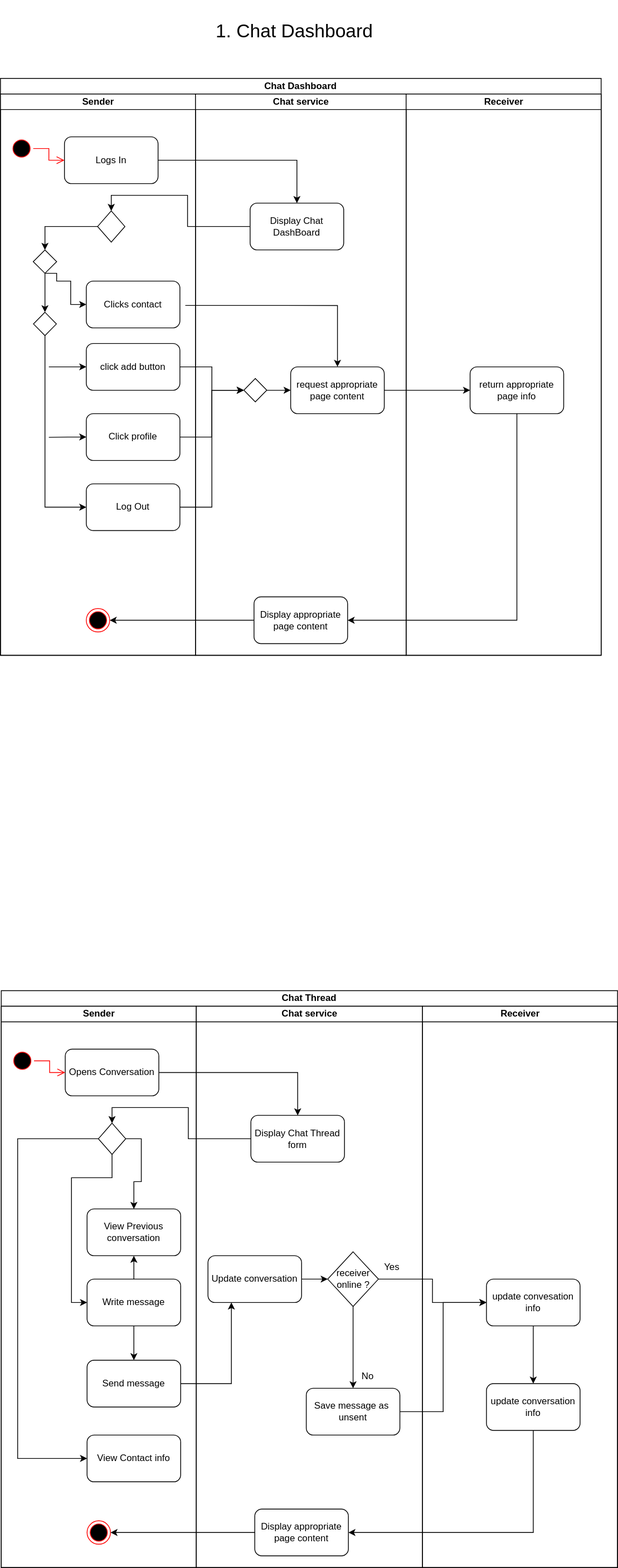
Above: Deliverable1/ActivityDiagrams/Chat.drawio.svg in tshegofatso-motlhakane/Geeks-Chat (draw.io), before the change. Source tidied: cells renumbered, new cells last; positions are measured from the earlier drawing's top-left corner, leaving out a move shared by most shapes. Its diagram source:
```xml
<mxGraphModel>
  <root>
    <mxCell id="0" />
    <mxCell id="1" parent="0" />
    <mxCell id="2" value="Chat Dashboard" style="swimlane;html=1;startSize=20;whiteSpace=wrap;" parent="1" vertex="1">
      <mxGeometry y="100" width="770" height="740" as="geometry" />
    </mxCell>
    <mxCell id="3" value="Sender" style="swimlane;html=1;startSize=20;" parent="2" vertex="1">
      <mxGeometry y="20" width="250" height="720" as="geometry" />
    </mxCell>
    <mxCell id="4" value="Clicks contact" style="rounded=1;whiteSpace=wrap;html=1;" parent="3" vertex="1">
      <mxGeometry x="110" y="240" width="120" height="60" as="geometry" />
    </mxCell>
    <mxCell id="5" value="Logs In" style="rounded=1;whiteSpace=wrap;html=1;" parent="3" vertex="1">
      <mxGeometry x="82" y="55" width="120" height="60" as="geometry" />
    </mxCell>
    <mxCell id="6" style="ellipse;html=1;shape=startState;fillColor=#000000;strokeColor=#ff0000;" parent="3" vertex="1">
      <mxGeometry x="12" y="55" width="30" height="30" as="geometry" />
    </mxCell>
    <mxCell id="7" style="edgeStyle=orthogonalEdgeStyle;html=1;verticalAlign=bottom;endArrow=open;endSize=8;strokeColor=#ff0000;rounded=0;entryX=0;entryY=0.5;entryDx=0;entryDy=0;" parent="3" edge="1" source="6" target="5">
      <mxGeometry relative="1" as="geometry" />
    </mxCell>
    <mxCell id="8" style="ellipse;html=1;shape=endState;fillColor=#000000;strokeColor=#ff0000;" parent="3" vertex="1">
      <mxGeometry x="110" y="660" width="30" height="30" as="geometry" />
    </mxCell>
    <mxCell id="9" style="rhombus;whiteSpace=wrap;html=1;" parent="3" vertex="1">
      <mxGeometry x="124.5" y="150" width="35" height="40" as="geometry" />
    </mxCell>
    <mxCell id="10" style="edgeStyle=orthogonalEdgeStyle;rounded=0;jettySize=auto;html=1;exitX=0;exitY=0.5;exitDx=0;exitDy=0;endArrow=none;endFill=0;startArrow=classic;startFill=1;" parent="3" edge="1" source="11">
      <mxGeometry relative="1" as="geometry">
        <mxPoint x="62" y="350" as="targetPoint" />
      </mxGeometry>
    </mxCell>
    <mxCell id="11" value="click add button" style="rounded=1;whiteSpace=wrap;html=1;" parent="3" vertex="1">
      <mxGeometry x="110" y="320" width="120" height="60" as="geometry" />
    </mxCell>
    <mxCell id="12" style="edgeStyle=orthogonalEdgeStyle;rounded=0;jettySize=auto;html=1;exitX=0;exitY=0.5;exitDx=0;exitDy=0;endArrow=none;endFill=0;startArrow=classic;startFill=1;" parent="3" edge="1" source="13">
      <mxGeometry relative="1" as="geometry">
        <mxPoint x="62" y="440.4" as="targetPoint" />
      </mxGeometry>
    </mxCell>
    <mxCell id="13" value="Click profile" style="rounded=1;whiteSpace=wrap;html=1;" parent="3" vertex="1">
      <mxGeometry x="110" y="410" width="120" height="60" as="geometry" />
    </mxCell>
    <mxCell id="14" value="Log Out" style="rounded=1;whiteSpace=wrap;html=1;" parent="3" vertex="1">
      <mxGeometry x="110" y="500" width="120" height="60" as="geometry" />
    </mxCell>
    <mxCell id="15" style="edgeStyle=orthogonalEdgeStyle;rounded=0;jettySize=auto;html=1;exitX=0.5;exitY=1;exitDx=0;exitDy=0;entryX=0;entryY=0.5;entryDx=0;entryDy=0;" parent="3" edge="1" source="16" target="4">
      <mxGeometry relative="1" as="geometry">
        <Array as="points">
          <mxPoint x="72" y="230" />
          <mxPoint x="72" y="240" />
          <mxPoint x="90" y="240" />
          <mxPoint x="90" y="270" />
        </Array>
      </mxGeometry>
    </mxCell>
    <mxCell id="16" style="rhombus;whiteSpace=wrap;html=1;" parent="3" vertex="1">
      <mxGeometry x="42" y="200" width="30" height="30" as="geometry" />
    </mxCell>
    <mxCell id="17" style="edgeStyle=orthogonalEdgeStyle;rounded=0;jettySize=auto;html=1;exitX=0;exitY=0.5;exitDx=0;exitDy=0;" parent="3" edge="1" source="9" target="16">
      <mxGeometry relative="1" as="geometry" />
    </mxCell>
    <mxCell id="18" style="edgeStyle=orthogonalEdgeStyle;rounded=0;jettySize=auto;html=1;exitX=0.5;exitY=1;exitDx=0;exitDy=0;entryX=0;entryY=0.5;entryDx=0;entryDy=0;" parent="3" edge="1" source="19" target="14">
      <mxGeometry relative="1" as="geometry">
        <Array as="points">
          <mxPoint x="57" y="530" />
        </Array>
      </mxGeometry>
    </mxCell>
    <mxCell id="19" style="rhombus;whiteSpace=wrap;html=1;" parent="3" vertex="1">
      <mxGeometry x="42.3" y="280" width="29.4" height="30" as="geometry" />
    </mxCell>
    <mxCell id="20" style="edgeStyle=orthogonalEdgeStyle;rounded=0;jettySize=auto;html=1;exitX=0.5;exitY=1;exitDx=0;exitDy=0;" parent="3" edge="1" source="16" target="19">
      <mxGeometry relative="1" as="geometry" />
    </mxCell>
    <mxCell id="21" value="Chat service" style="swimlane;html=1;startSize=20;" parent="2" vertex="1">
      <mxGeometry x="250" y="20" width="270" height="720" as="geometry" />
    </mxCell>
    <mxCell id="22" value="Display Chat DashBoard" style="rounded=1;whiteSpace=wrap;html=1;" parent="21" vertex="1">
      <mxGeometry x="70" y="140" width="120" height="60" as="geometry" />
    </mxCell>
    <mxCell id="23" value="request appropriate page content" style="rounded=1;whiteSpace=wrap;html=1;" parent="21" vertex="1">
      <mxGeometry x="122" y="350" width="120" height="60" as="geometry" />
    </mxCell>
    <mxCell id="24" style="edgeStyle=orthogonalEdgeStyle;rounded=0;jettySize=auto;html=1;exitX=1;exitY=0.5;exitDx=0;exitDy=0;" parent="21" edge="1" source="25" target="23">
      <mxGeometry relative="1" as="geometry" />
    </mxCell>
    <mxCell id="25" style="rhombus;whiteSpace=wrap;html=1;" parent="21" vertex="1">
      <mxGeometry x="62" y="365" width="29.4" height="30" as="geometry" />
    </mxCell>
    <mxCell id="26" value="Display appropriate page content" style="rounded=1;whiteSpace=wrap;html=1;" parent="21" vertex="1">
      <mxGeometry x="75" y="645" width="120" height="60" as="geometry" />
    </mxCell>
    <mxCell id="27" value="Receiver" style="swimlane;html=1;startSize=20;" parent="2" vertex="1">
      <mxGeometry x="520" y="20" width="250" height="720" as="geometry" />
    </mxCell>
    <mxCell id="28" value="return appropriate page info" style="rounded=1;whiteSpace=wrap;html=1;" parent="27" vertex="1">
      <mxGeometry x="82" y="350" width="120" height="60" as="geometry" />
    </mxCell>
    <mxCell id="29" style="edgeStyle=orthogonalEdgeStyle;rounded=0;jettySize=auto;html=1;exitX=0;exitY=0.5;exitDx=0;exitDy=0;entryX=0.5;entryY=0;entryDx=0;entryDy=0;" parent="2" edge="1" source="22" target="9">
      <mxGeometry relative="1" as="geometry" />
    </mxCell>
    <mxCell id="30" style="edgeStyle=orthogonalEdgeStyle;rounded=0;jettySize=auto;html=1;exitX=1;exitY=0.5;exitDx=0;exitDy=0;entryX=0.5;entryY=0;entryDx=0;entryDy=0;" parent="2" edge="1" source="5" target="22">
      <mxGeometry relative="1" as="geometry" />
    </mxCell>
    <mxCell id="31" style="edgeStyle=orthogonalEdgeStyle;rounded=0;jettySize=auto;html=1;exitX=1.058;exitY=0.521;exitDx=0;exitDy=0;exitPerimeter=0;" parent="2" edge="1" source="4" target="23">
      <mxGeometry relative="1" as="geometry" />
    </mxCell>
    <mxCell id="32" style="edgeStyle=orthogonalEdgeStyle;rounded=0;jettySize=auto;html=1;exitX=1;exitY=0.5;exitDx=0;exitDy=0;" parent="2" edge="1" source="11" target="25">
      <mxGeometry relative="1" as="geometry" />
    </mxCell>
    <mxCell id="33" style="edgeStyle=orthogonalEdgeStyle;rounded=0;jettySize=auto;html=1;exitX=1;exitY=0.5;exitDx=0;exitDy=0;entryX=0;entryY=0.5;entryDx=0;entryDy=0;" parent="2" edge="1" source="13" target="25">
      <mxGeometry relative="1" as="geometry" />
    </mxCell>
    <mxCell id="34" style="edgeStyle=orthogonalEdgeStyle;rounded=0;jettySize=auto;html=1;exitX=1;exitY=0.5;exitDx=0;exitDy=0;entryX=0;entryY=0.5;entryDx=0;entryDy=0;" parent="2" edge="1" source="14" target="25">
      <mxGeometry relative="1" as="geometry" />
    </mxCell>
    <mxCell id="35" style="edgeStyle=orthogonalEdgeStyle;rounded=0;jettySize=auto;html=1;exitX=0.5;exitY=1;exitDx=0;exitDy=0;entryX=1;entryY=0.5;entryDx=0;entryDy=0;" parent="2" edge="1" source="28" target="26">
      <mxGeometry relative="1" as="geometry" />
    </mxCell>
    <mxCell id="36" style="edgeStyle=orthogonalEdgeStyle;rounded=0;jettySize=auto;html=1;exitX=1;exitY=0.5;exitDx=0;exitDy=0;" parent="2" edge="1" source="23" target="28">
      <mxGeometry relative="1" as="geometry" />
    </mxCell>
    <mxCell id="37" style="edgeStyle=orthogonalEdgeStyle;rounded=0;jettySize=auto;html=1;exitX=0;exitY=0.5;exitDx=0;exitDy=0;entryX=1;entryY=0.5;entryDx=0;entryDy=0;" parent="2" edge="1" source="26" target="8">
      <mxGeometry relative="1" as="geometry" />
    </mxCell>
    <mxCell id="38" value="&lt;span style=&quot;font-size: 24px;&quot;&gt;1. Chat Dashboard&lt;/span&gt;" style="text;html=1;strokeColor=none;fillColor=none;align=center;verticalAlign=middle;whiteSpace=wrap;rounded=0;" parent="1" vertex="1">
      <mxGeometry x="82" width="590" height="80" as="geometry" />
    </mxCell>
    <mxCell id="39" value="Chat Thread" style="swimlane;html=1;startSize=20;whiteSpace=wrap;" parent="1" vertex="1">
      <mxGeometry x="1" y="1270" width="790" height="740" as="geometry" />
    </mxCell>
    <mxCell id="40" value="Sender" style="swimlane;html=1;startSize=20;" parent="39" vertex="1">
      <mxGeometry y="20" width="250" height="720" as="geometry" />
    </mxCell>
    <mxCell id="41" value="Opens Conversation" style="rounded=1;whiteSpace=wrap;html=1;" parent="40" vertex="1">
      <mxGeometry x="82" y="55" width="120" height="60" as="geometry" />
    </mxCell>
    <mxCell id="42" style="ellipse;html=1;shape=startState;fillColor=#000000;strokeColor=#ff0000;" parent="40" vertex="1">
      <mxGeometry x="12" y="55" width="30" height="30" as="geometry" />
    </mxCell>
    <mxCell id="43" style="edgeStyle=orthogonalEdgeStyle;html=1;verticalAlign=bottom;endArrow=open;endSize=8;strokeColor=#ff0000;rounded=0;entryX=0;entryY=0.5;entryDx=0;entryDy=0;" parent="40" edge="1" source="42" target="41">
      <mxGeometry relative="1" as="geometry" />
    </mxCell>
    <mxCell id="44" style="ellipse;html=1;shape=endState;fillColor=#000000;strokeColor=#ff0000;" parent="40" vertex="1">
      <mxGeometry x="110" y="660" width="30" height="30" as="geometry" />
    </mxCell>
    <mxCell id="45" style="edgeStyle=orthogonalEdgeStyle;rounded=0;jettySize=auto;html=1;exitX=1;exitY=0.5;exitDx=0;exitDy=0;entryX=0.5;entryY=0;entryDx=0;entryDy=0;" parent="40" edge="1" source="48" target="49">
      <mxGeometry relative="1" as="geometry" />
    </mxCell>
    <mxCell id="46" style="edgeStyle=orthogonalEdgeStyle;rounded=0;jettySize=auto;html=1;exitX=0.5;exitY=1;exitDx=0;exitDy=0;entryX=0;entryY=0.5;entryDx=0;entryDy=0;" parent="40" edge="1" source="48" target="52">
      <mxGeometry relative="1" as="geometry">
        <Array as="points">
          <mxPoint x="142" y="220" />
          <mxPoint x="90" y="220" />
          <mxPoint x="90" y="380" />
        </Array>
      </mxGeometry>
    </mxCell>
    <mxCell id="47" style="edgeStyle=orthogonalEdgeStyle;rounded=0;jettySize=auto;html=1;exitX=0;exitY=0.5;exitDx=0;exitDy=0;entryX=0;entryY=0.5;entryDx=0;entryDy=0;" parent="40" edge="1" source="48" target="54">
      <mxGeometry relative="1" as="geometry">
        <Array as="points">
          <mxPoint x="21" y="170" />
          <mxPoint x="21" y="580" />
        </Array>
      </mxGeometry>
    </mxCell>
    <mxCell id="48" style="rhombus;whiteSpace=wrap;html=1;" parent="40" vertex="1">
      <mxGeometry x="124.5" y="150" width="35" height="40" as="geometry" />
    </mxCell>
    <mxCell id="49" value="View Previous conversation" style="rounded=1;whiteSpace=wrap;html=1;" parent="40" vertex="1">
      <mxGeometry x="110" y="260" width="120" height="60" as="geometry" />
    </mxCell>
    <mxCell id="50" style="edgeStyle=orthogonalEdgeStyle;rounded=0;jettySize=auto;html=1;exitX=0.5;exitY=1;exitDx=0;exitDy=0;entryX=0.5;entryY=0;entryDx=0;entryDy=0;" parent="40" edge="1" source="52" target="53">
      <mxGeometry relative="1" as="geometry" />
    </mxCell>
    <mxCell id="51" style="edgeStyle=orthogonalEdgeStyle;rounded=0;jettySize=auto;html=1;" parent="40" edge="1" source="52" target="49">
      <mxGeometry relative="1" as="geometry" />
    </mxCell>
    <mxCell id="52" value="Write message" style="rounded=1;whiteSpace=wrap;html=1;" parent="40" vertex="1">
      <mxGeometry x="110" y="350" width="120" height="60" as="geometry" />
    </mxCell>
    <mxCell id="53" value="Send message" style="rounded=1;whiteSpace=wrap;html=1;" parent="40" vertex="1">
      <mxGeometry x="110" y="454" width="120" height="60" as="geometry" />
    </mxCell>
    <mxCell id="54" value="View Contact info" style="rounded=1;whiteSpace=wrap;html=1;" parent="40" vertex="1">
      <mxGeometry x="110" y="550" width="120" height="60" as="geometry" />
    </mxCell>
    <mxCell id="55" value="Chat service" style="swimlane;html=1;startSize=20;" parent="39" vertex="1">
      <mxGeometry x="250" y="20" width="290" height="720" as="geometry" />
    </mxCell>
    <mxCell id="56" value="Display Chat Thread form" style="rounded=1;whiteSpace=wrap;html=1;" parent="55" vertex="1">
      <mxGeometry x="70" y="140" width="120" height="60" as="geometry" />
    </mxCell>
    <mxCell id="57" style="edgeStyle=orthogonalEdgeStyle;rounded=0;jettySize=auto;html=1;exitX=1;exitY=0.5;exitDx=0;exitDy=0;entryX=0;entryY=0.5;entryDx=0;entryDy=0;" parent="55" edge="1" source="58" target="62">
      <mxGeometry relative="1" as="geometry" />
    </mxCell>
    <mxCell id="58" value="Update conversation" style="rounded=1;whiteSpace=wrap;html=1;" parent="55" vertex="1">
      <mxGeometry x="15" y="320" width="120" height="60" as="geometry" />
    </mxCell>
    <mxCell id="59" value="Display appropriate page content" style="rounded=1;whiteSpace=wrap;html=1;" parent="55" vertex="1">
      <mxGeometry x="75" y="645" width="120" height="60" as="geometry" />
    </mxCell>
    <mxCell id="60" value="Save message as&amp;nbsp; unsent" style="rounded=1;whiteSpace=wrap;html=1;" parent="55" vertex="1">
      <mxGeometry x="141" y="490" width="120" height="60" as="geometry" />
    </mxCell>
    <mxCell id="61" style="edgeStyle=orthogonalEdgeStyle;rounded=0;jettySize=auto;html=1;exitX=0.5;exitY=1;exitDx=0;exitDy=0;entryX=0.5;entryY=0;entryDx=0;entryDy=0;" parent="55" edge="1" source="62" target="60">
      <mxGeometry relative="1" as="geometry" />
    </mxCell>
    <mxCell id="62" value="receiver&lt;br&gt;online ?" style="rhombus;whiteSpace=wrap;html=1;" parent="55" vertex="1">
      <mxGeometry x="168.5" y="315" width="65" height="70" as="geometry" />
    </mxCell>
    <mxCell id="63" value="Yes" style="text;html=1;strokeColor=none;fillColor=none;align=center;verticalAlign=middle;whiteSpace=wrap;rounded=0;" parent="55" vertex="1">
      <mxGeometry x="221" y="320" width="60" height="30" as="geometry" />
    </mxCell>
    <mxCell id="64" value="No" style="text;html=1;strokeColor=none;fillColor=none;align=center;verticalAlign=middle;whiteSpace=wrap;rounded=0;" parent="55" vertex="1">
      <mxGeometry x="190" y="460" width="60" height="30" as="geometry" />
    </mxCell>
    <mxCell id="65" value="Receiver" style="swimlane;html=1;startSize=20;" parent="39" vertex="1">
      <mxGeometry x="540" y="20" width="250" height="720" as="geometry" />
    </mxCell>
    <mxCell id="66" style="edgeStyle=orthogonalEdgeStyle;rounded=0;jettySize=auto;html=1;exitX=0.5;exitY=1;exitDx=0;exitDy=0;entryX=0.5;entryY=0;entryDx=0;entryDy=0;" parent="65" edge="1" source="67" target="68">
      <mxGeometry relative="1" as="geometry" />
    </mxCell>
    <mxCell id="67" value="update convesation info" style="rounded=1;whiteSpace=wrap;html=1;" parent="65" vertex="1">
      <mxGeometry x="82" y="350" width="120" height="60" as="geometry" />
    </mxCell>
    <mxCell id="68" value="update conversation info" style="rounded=1;whiteSpace=wrap;html=1;" parent="65" vertex="1">
      <mxGeometry x="82" y="484" width="120" height="60" as="geometry" />
    </mxCell>
    <mxCell id="69" style="edgeStyle=orthogonalEdgeStyle;rounded=0;jettySize=auto;html=1;exitX=0;exitY=0.5;exitDx=0;exitDy=0;entryX=0.5;entryY=0;entryDx=0;entryDy=0;" parent="39" edge="1" source="56" target="48">
      <mxGeometry relative="1" as="geometry" />
    </mxCell>
    <mxCell id="70" style="edgeStyle=orthogonalEdgeStyle;rounded=0;jettySize=auto;html=1;exitX=1;exitY=0.5;exitDx=0;exitDy=0;entryX=0.5;entryY=0;entryDx=0;entryDy=0;" parent="39" edge="1" source="41" target="56">
      <mxGeometry relative="1" as="geometry" />
    </mxCell>
    <mxCell id="71" style="edgeStyle=orthogonalEdgeStyle;rounded=0;jettySize=auto;html=1;exitX=0;exitY=0.5;exitDx=0;exitDy=0;entryX=1;entryY=0.5;entryDx=0;entryDy=0;" parent="39" edge="1" source="59" target="44">
      <mxGeometry relative="1" as="geometry" />
    </mxCell>
    <mxCell id="72" style="edgeStyle=orthogonalEdgeStyle;rounded=0;jettySize=auto;html=1;exitX=1;exitY=0.5;exitDx=0;exitDy=0;entryX=0.25;entryY=1;entryDx=0;entryDy=0;" parent="39" edge="1" source="53" target="58">
      <mxGeometry relative="1" as="geometry" />
    </mxCell>
    <mxCell id="73" style="edgeStyle=orthogonalEdgeStyle;rounded=0;jettySize=auto;html=1;exitX=0.5;exitY=1;exitDx=0;exitDy=0;entryX=1;entryY=0.5;entryDx=0;entryDy=0;" parent="39" edge="1" source="68" target="59">
      <mxGeometry relative="1" as="geometry" />
    </mxCell>
    <mxCell id="74" style="edgeStyle=orthogonalEdgeStyle;rounded=0;jettySize=auto;html=1;exitX=1;exitY=0.5;exitDx=0;exitDy=0;" parent="39" edge="1" source="62" target="67">
      <mxGeometry relative="1" as="geometry" />
    </mxCell>
    <mxCell id="75" style="edgeStyle=orthogonalEdgeStyle;rounded=0;jettySize=auto;html=1;exitX=1;exitY=0.5;exitDx=0;exitDy=0;entryX=0;entryY=0.5;entryDx=0;entryDy=0;" parent="39" edge="1" source="60" target="67">
      <mxGeometry relative="1" as="geometry" />
    </mxCell>
  </root>
</mxGraphModel>
```
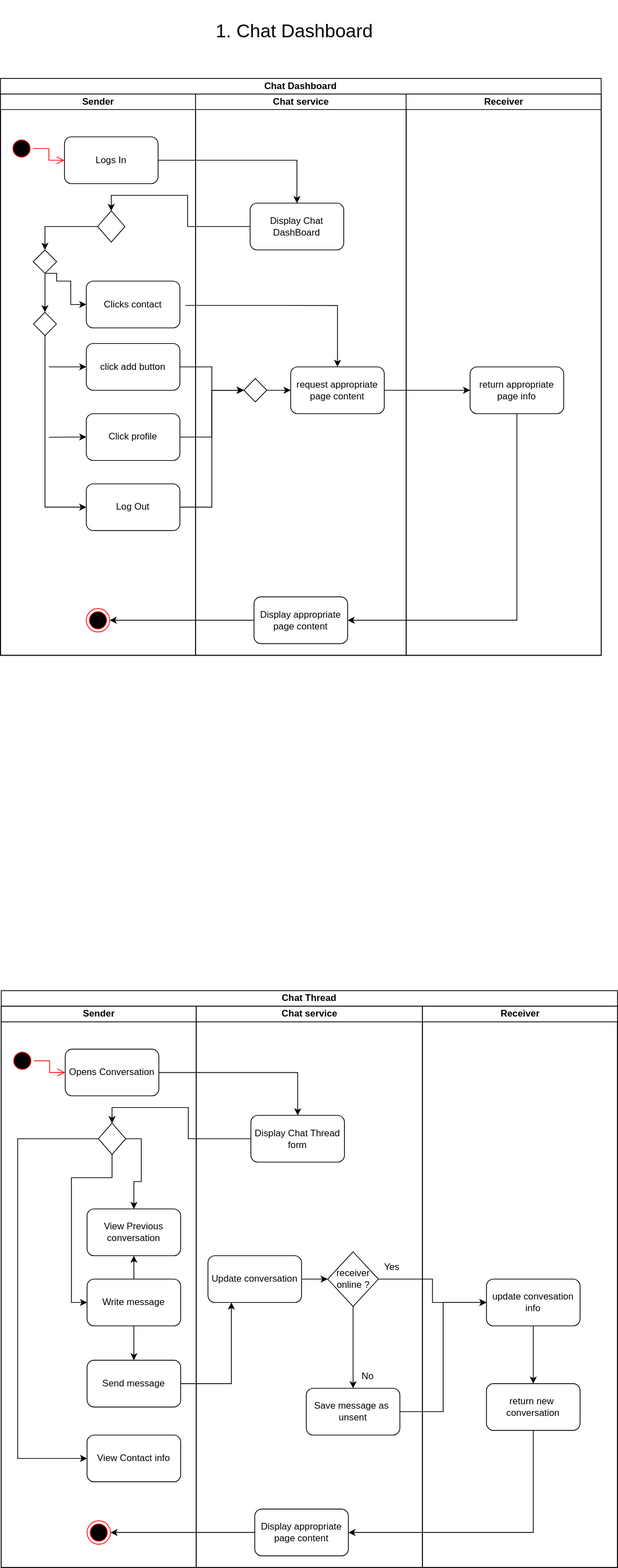
Later version of the same file.

Diff of the diagram source:
```diff
@@ -226,7 +226,7 @@
     <mxCell id="67" value="update convesation info" style="rounded=1;whiteSpace=wrap;html=1;" parent="65" vertex="1">
       <mxGeometry x="82" y="350" width="120" height="60" as="geometry" />
     </mxCell>
-    <mxCell id="68" value="update conversation info" style="rounded=1;whiteSpace=wrap;html=1;" parent="65" vertex="1">
+    <mxCell id="68" value="return new&amp;nbsp; conversation" style="rounded=1;whiteSpace=wrap;html=1;" parent="65" vertex="1">
       <mxGeometry x="82" y="484" width="120" height="60" as="geometry" />
     </mxCell>
     <mxCell id="69" style="edgeStyle=orthogonalEdgeStyle;rounded=0;jettySize=auto;html=1;exitX=0;exitY=0.5;exitDx=0;exitDy=0;entryX=0.5;entryY=0;entryDx=0;entryDy=0;" parent="39" edge="1" source="56" target="48">
```
